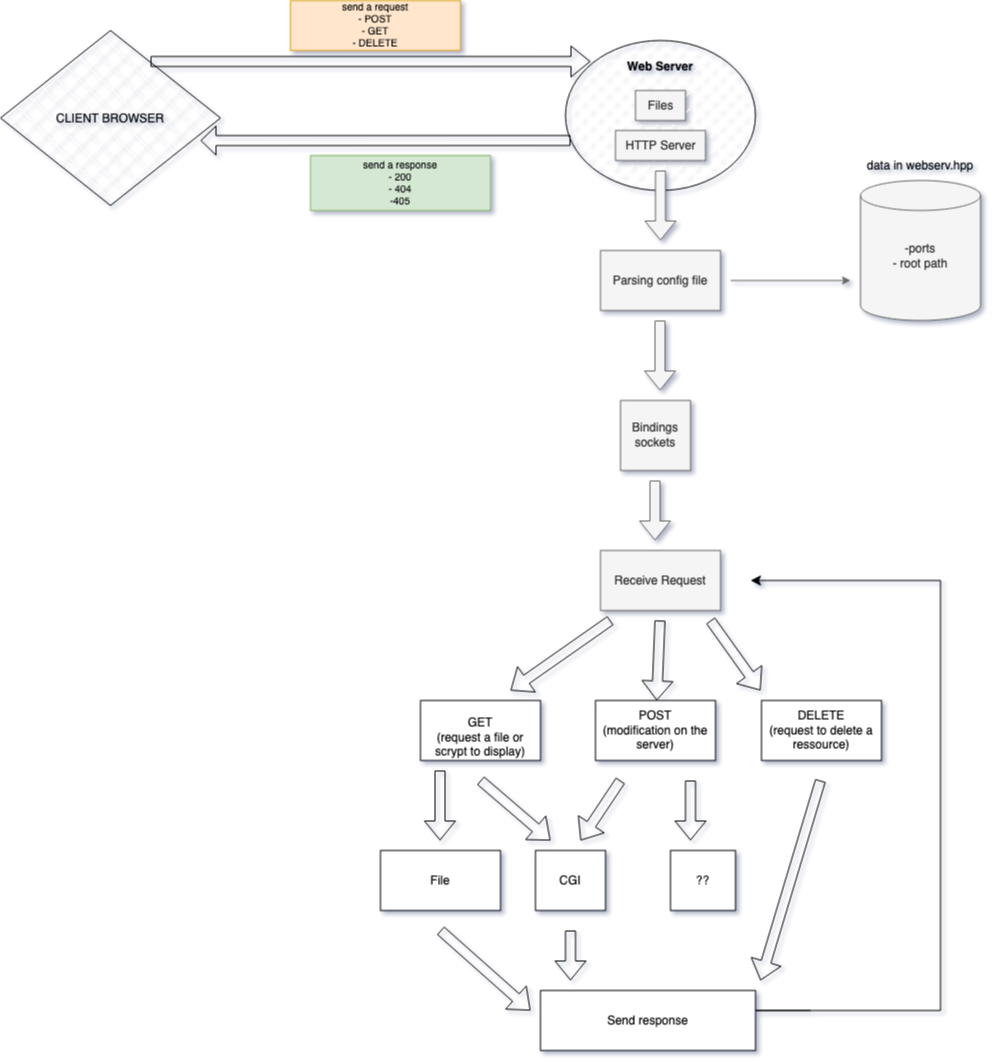
Before: Diagram Webserv.drawio.png, a diagram exported from draw.io (es4nchez/webserv). Source tidied: cells renumbered, new cells last; positions are measured from the earlier drawing's top-left corner, leaving out a move shared by most shapes.
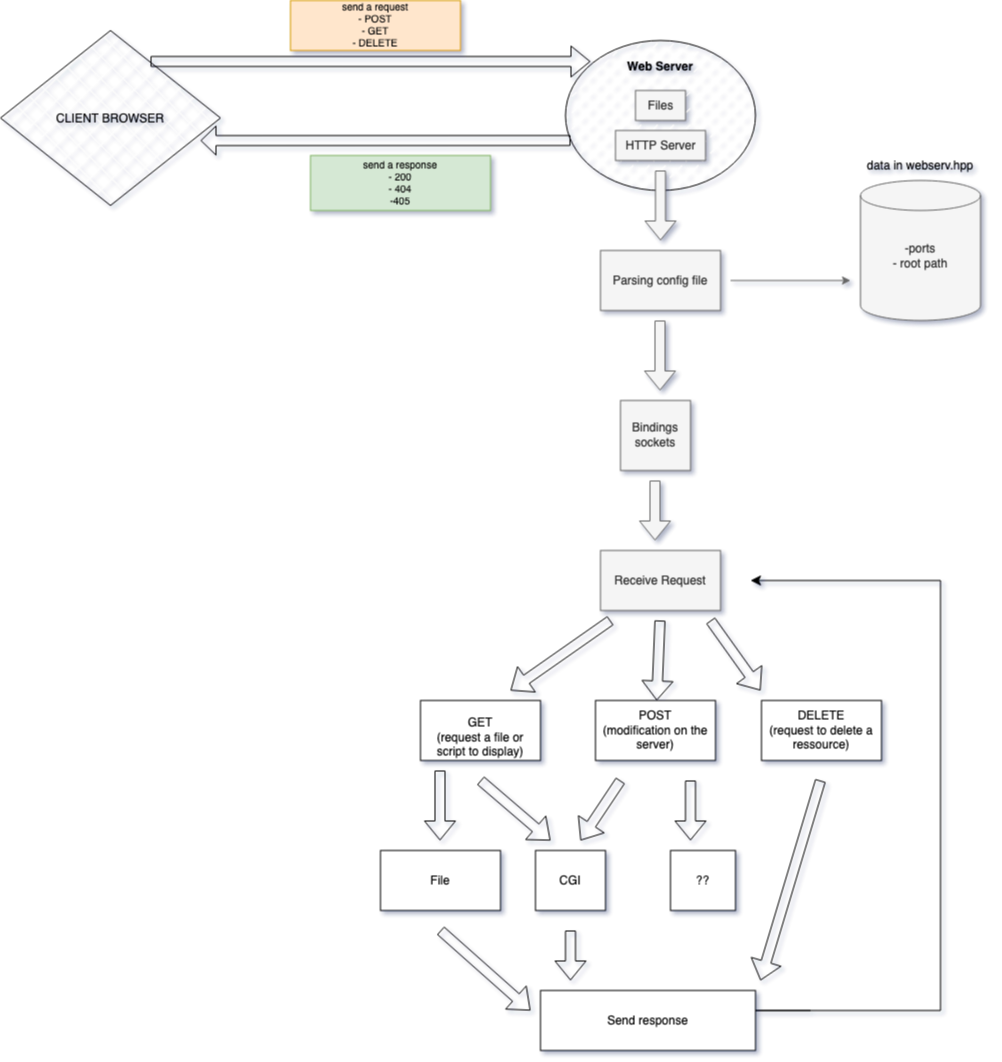
After the change.

Commit message:
Mettre à jour Diagram Webserv.drawio.png

What changed in the source:
```diff
@@ -67,7 +67,7 @@
     <mxCell id="16" value="&lt;div&gt;POST&lt;/div&gt;&lt;div&gt;(modification on the server)&lt;br&gt;&lt;/div&gt;" style="rounded=0;whiteSpace=wrap;html=1;" parent="1" vertex="1">
       <mxGeometry x="595" y="700" width="120" height="60" as="geometry" />
     </mxCell>
-    <mxCell id="17" value="&lt;div&gt;&lt;br&gt;&lt;/div&gt;&lt;div&gt;GET&lt;/div&gt;&lt;div&gt;(request a file or scrypt to display)&lt;br&gt;&lt;/div&gt;" style="rounded=0;whiteSpace=wrap;html=1;" parent="1" vertex="1">
+    <mxCell id="17" value="&lt;div&gt;&lt;br&gt;&lt;/div&gt;&lt;div&gt;GET&lt;/div&gt;&lt;div&gt;(request a file or script to display)&lt;br&gt;&lt;/div&gt;" style="rounded=0;whiteSpace=wrap;html=1;" parent="1" vertex="1">
       <mxGeometry x="420" y="700" width="120" height="60" as="geometry" />
     </mxCell>
     <mxCell id="18" value="&lt;div&gt;DELETE&lt;/div&gt;(request to delete a ressource)" style="rounded=0;whiteSpace=wrap;html=1;" parent="1" vertex="1">
```
